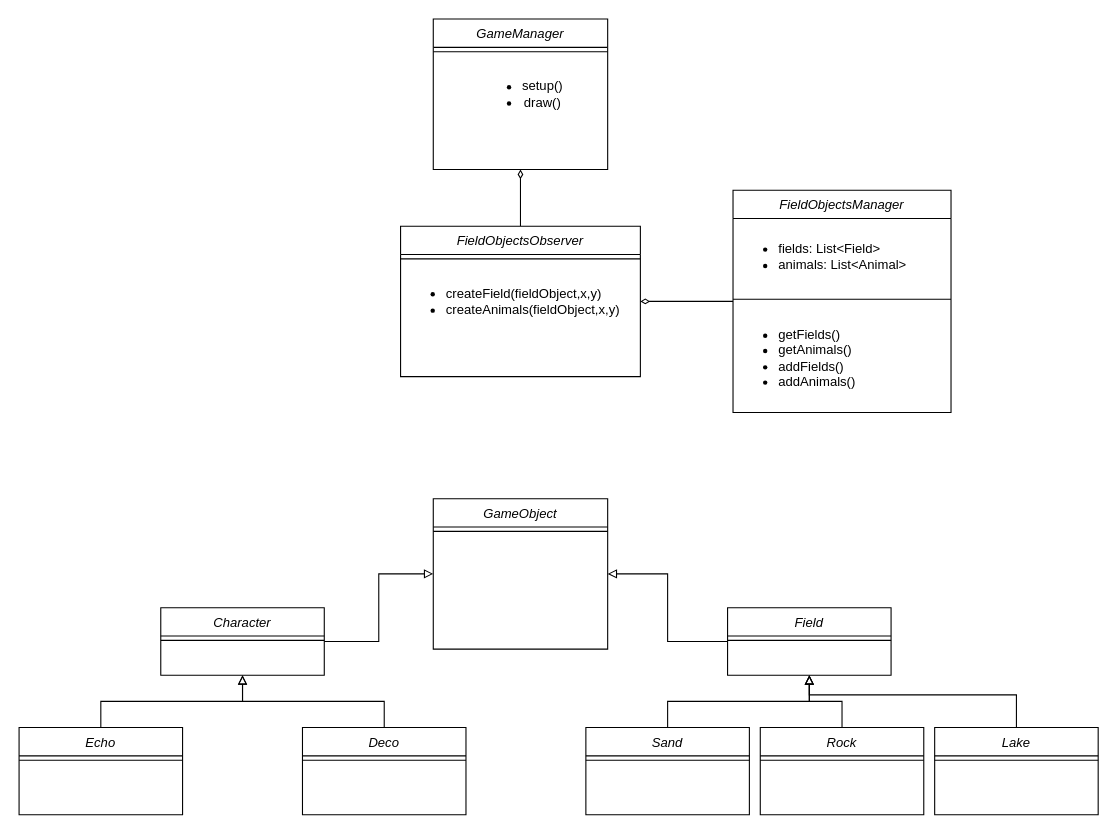
Before: mochi-wild.drawio in chinen716/mochi-wild, a draw.io diagram. Source tidied: cells renumbered, new cells numbered last; positions are measured from the earlier drawing's top-left corner, leaving out a move shared by most shapes. Both pictures are drawn from the tidied source at 109%, with x=0, y=0 at pixel (19, 19).
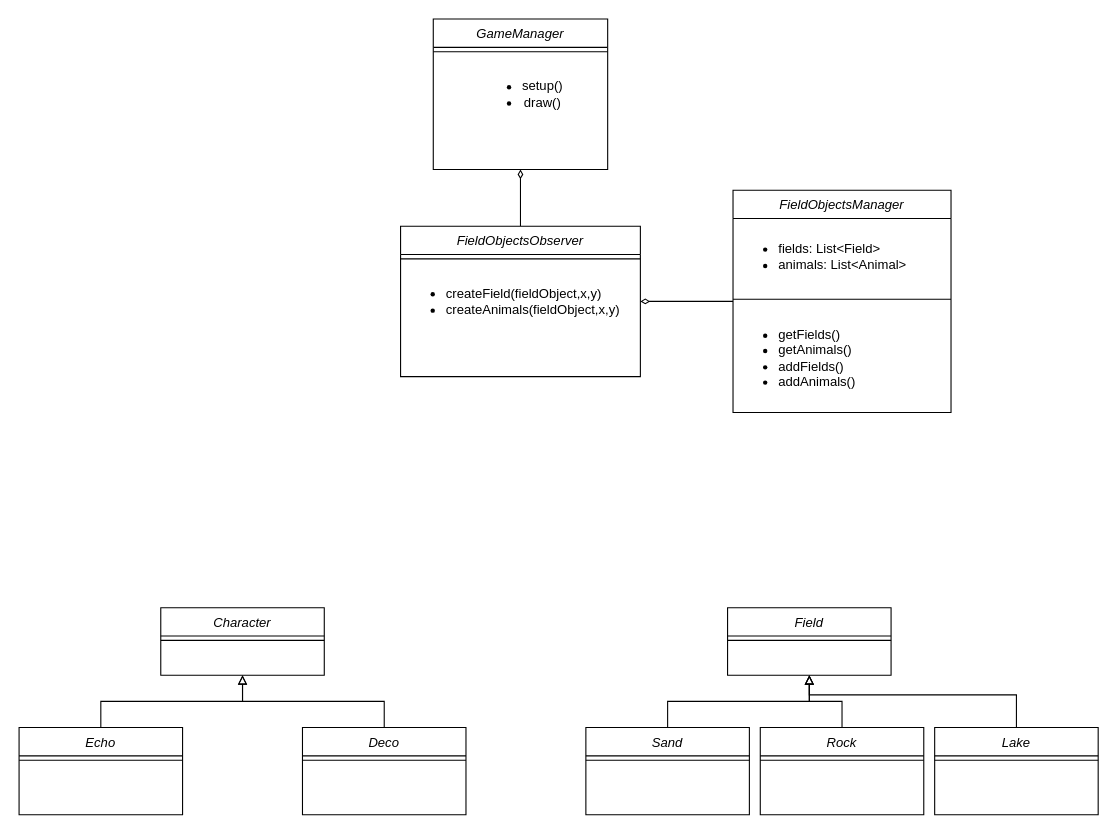
After the change.

Commit message (it also covers changes not shown here):
mochi-wild.drawio を更新します

Unchanged cells that the change refers to:
```xml
<mxCell id="12" value="Character" style="swimlane;fontStyle=2;align=center;verticalAlign=top;horizontal=1;startSize=26;rounded=0;shadow=0;strokeWidth=1;" parent="1" vertex="1">
  <mxGeometry x="130" y="540" width="150" height="62" as="geometry" />
</mxCell>
<mxCell id="21" value="Field" style="swimlane;fontStyle=2;align=center;verticalAlign=top;horizontal=1;startSize=26;rounded=0;shadow=0;strokeWidth=1;" parent="1" vertex="1">
  <mxGeometry x="650" y="540" width="150" height="62" as="geometry" />
</mxCell>
```

Change to the diagram source:
```diff
@@
-    <mxCell id="5" value="GameObject" style="swimlane;fontStyle=2;align=center;verticalAlign=top;horizontal=1;startSize=26;rounded=0;shadow=0;strokeWidth=1;" parent="1" vertex="1">
-      <mxGeometry x="380" y="440" width="160" height="138" as="geometry" />
-    </mxCell>
-    <mxCell id="6" style="line;html=1;strokeWidth=1;align=left;verticalAlign=middle;spacingTop=-1;spacingLeft=3;spacingRight=3;labelPosition=right;" parent="5" vertex="1">
-      <mxGeometry y="26" width="160" height="8" as="geometry" />
-    </mxCell>
@@
-    <mxCell id="11" style="edgeStyle=orthogonalEdgeStyle;rounded=0;jettySize=auto;html=1;exitX=1;exitY=0.5;exitDx=0;exitDy=0;entryX=0;entryY=0.5;entryDx=0;entryDy=0;endArrow=block;endFill=0;" parent="1" edge="1" source="12" target="5">
-      <mxGeometry relative="1" as="geometry" />
-    </mxCell>
@@
-    <mxCell id="20" style="edgeStyle=orthogonalEdgeStyle;rounded=0;jettySize=auto;html=1;exitX=0;exitY=0.5;exitDx=0;exitDy=0;entryX=1;entryY=0.5;entryDx=0;entryDy=0;endArrow=block;endFill=0;" parent="1" edge="1" source="21" target="5">
-      <mxGeometry relative="1" as="geometry" />
-    </mxCell>
```
